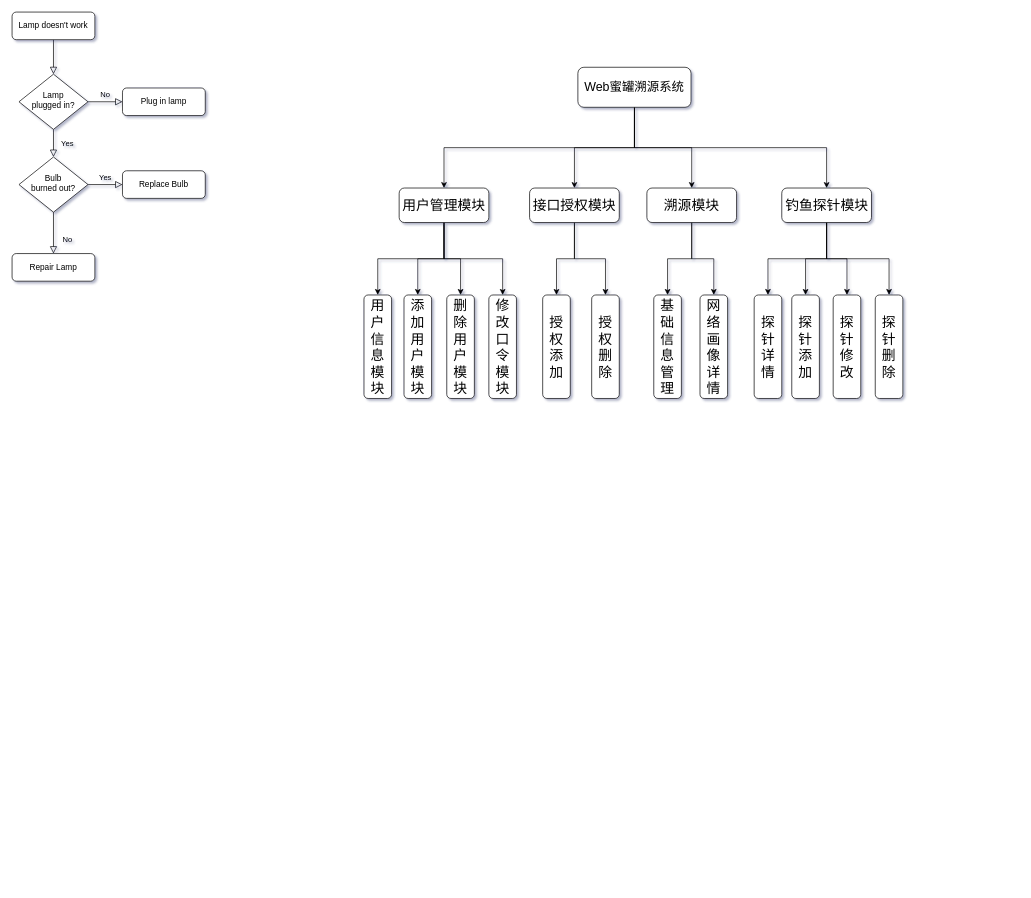
The draw.io diagram fxw.drawio in Pannet/Pannet.github.io, before the edit. Source tidied: cells renumbered, new cells numbered last; positions are measured from the earlier drawing's top-left corner, leaving out a move shared by most shapes. Both pictures are drawn from the tidied source at 69%, with x=0, y=0 at pixel (12, 12).
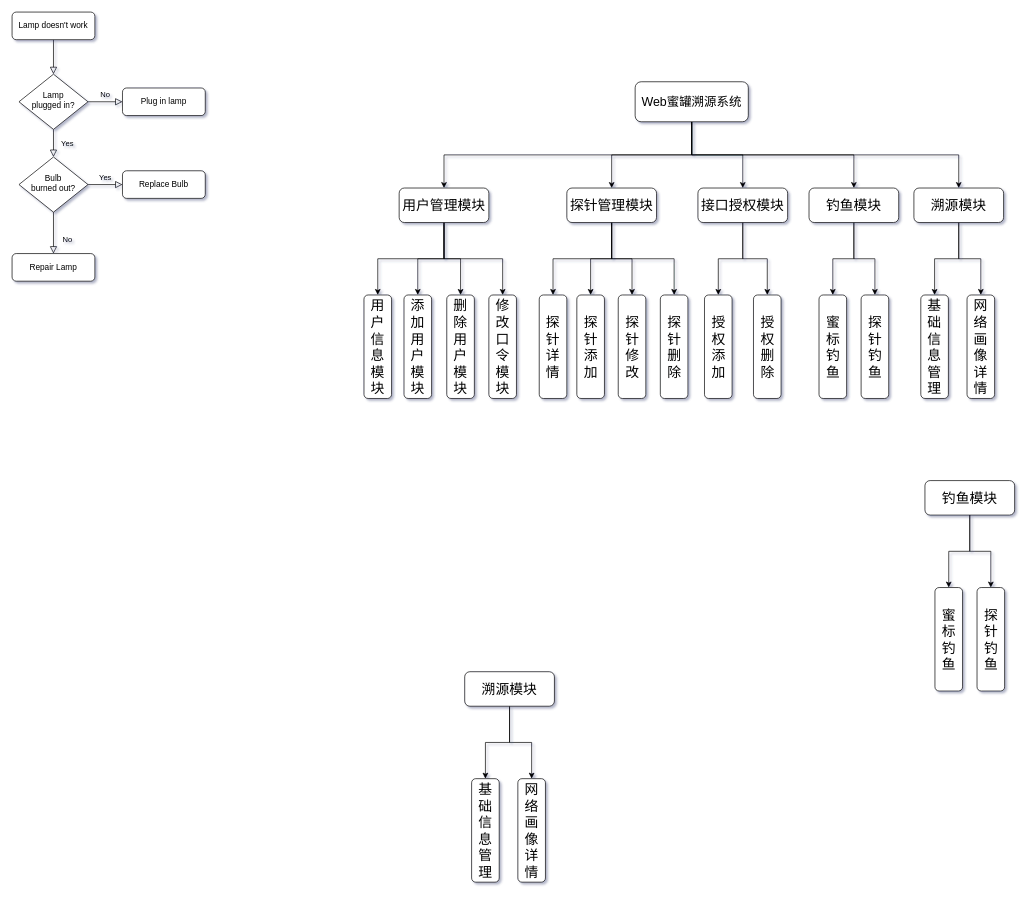
The same page after the edit.

Change to the diagram source:
```diff
@@
-    <mxCell id="13" style="edgeStyle=orthogonalEdgeStyle;rounded=0;jettySize=auto;html=1;entryX=0.5;entryY=0;entryDx=0;entryDy=0;fontSize=18;" parent="1" edge="1" source="17" target="25">
+    <mxCell id="13" style="edgeStyle=orthogonalEdgeStyle;rounded=0;jettySize=auto;html=1;entryX=0.5;entryY=0;entryDx=0;entryDy=0;fontSize=18;exitX=0.5;exitY=1;exitDx=0;exitDy=0;" parent="1" edge="1" source="17" target="25">
       <mxGeometry relative="1" as="geometry" />
     </mxCell>
-    <mxCell id="14" style="edgeStyle=orthogonalEdgeStyle;rounded=0;jettySize=auto;html=1;entryX=0.5;entryY=0;entryDx=0;entryDy=0;fontSize=18;" parent="1" edge="1" source="17" target="41">
+    <mxCell id="14" style="edgeStyle=orthogonalEdgeStyle;rounded=0;jettySize=auto;html=1;entryX=0.5;entryY=0;entryDx=0;entryDy=0;fontSize=18;exitX=0.5;exitY=1;exitDx=0;exitDy=0;" parent="1" edge="1" source="17" target="41">
       <mxGeometry relative="1" as="geometry" />
     </mxCell>
@@
+    <mxCell id="46" style="edgeStyle=orthogonalEdgeStyle;rounded=0;jettySize=auto;html=1;entryX=0.5;entryY=0;entryDx=0;entryDy=0;fontSize=15;exitX=0.5;exitY=1;exitDx=0;exitDy=0;" parent="1" edge="1" source="17" target="54">
+      <mxGeometry relative="1" as="geometry" />
+    </mxCell>
     <mxCell id="17" value="&lt;font style=&quot;font-size: 18px&quot;&gt;Web蜜罐溯源系统&lt;/font&gt;" style="rounded=1;whiteSpace=wrap;html=1;" parent="1" vertex="1">
-      <mxGeometry x="820" y="80" width="164" height="58" as="geometry" />
+      <mxGeometry x="903" y="101" width="164" height="58" as="geometry" />
     </mxCell>
@@
     <mxCell id="25" value="接口授权模块" style="rounded=1;whiteSpace=wrap;html=1;fontSize=20;" parent="1" vertex="1">
-      <mxGeometry x="750" y="255" width="130" height="50" as="geometry" />
+      <mxGeometry x="994" y="255" width="130" height="50" as="geometry" />
     </mxCell>
@@
-    <mxCell id="30" value="钓鱼探针模块" style="rounded=1;whiteSpace=wrap;html=1;fontSize=20;" parent="1" vertex="1">
-      <mxGeometry x="1115.5" y="255" width="130" height="50" as="geometry" />
+    <mxCell id="30" value="探针管理模块" style="rounded=1;whiteSpace=wrap;html=1;fontSize=20;" parent="1" vertex="1">
+      <mxGeometry x="804" y="255" width="130" height="50" as="geometry" />
     </mxCell>
     <mxCell id="31" value="探&lt;br style=&quot;font-size: 20px&quot;&gt;针&lt;br style=&quot;font-size: 20px&quot;&gt;修改" style="rounded=1;whiteSpace=wrap;html=1;fontSize=20;rotation=0;" parent="1" vertex="1">
-      <mxGeometry x="1190" y="410" width="40" height="150" as="geometry" />
+      <mxGeometry x="878.5" y="410" width="40" height="150" as="geometry" />
     </mxCell>
     <mxCell id="32" value="授&lt;br style=&quot;font-size: 20px;&quot;&gt;权&lt;br style=&quot;font-size: 20px;&quot;&gt;添&lt;br style=&quot;font-size: 20px;&quot;&gt;加" style="rounded=1;whiteSpace=wrap;html=1;fontSize=20;rotation=0;" parent="1" vertex="1">
-      <mxGeometry x="769" y="410" width="40" height="150" as="geometry" />
+      <mxGeometry x="1003.5" y="410" width="40" height="150" as="geometry" />
     </mxCell>
     <mxCell id="33" value="授&lt;br style=&quot;font-size: 20px;&quot;&gt;权&lt;br style=&quot;font-size: 20px;&quot;&gt;删&lt;br style=&quot;font-size: 20px;&quot;&gt;除" style="rounded=1;whiteSpace=wrap;html=1;fontSize=20;rotation=0;" parent="1" vertex="1">
-      <mxGeometry x="840" y="410" width="40" height="150" as="geometry" />
+      <mxGeometry x="1074.5" y="410" width="40" height="150" as="geometry" />
     </mxCell>
@@
     <mxCell id="35" value="探&lt;br style=&quot;font-size: 20px;&quot;&gt;针&lt;br style=&quot;font-size: 20px;&quot;&gt;详&lt;br style=&quot;font-size: 20px;&quot;&gt;情" style="rounded=1;whiteSpace=wrap;html=1;fontSize=20;rotation=0;" parent="1" vertex="1">
-      <mxGeometry x="1075.5" y="410" width="40" height="150" as="geometry" />
+      <mxGeometry x="764" y="410" width="40" height="150" as="geometry" />
     </mxCell>
@@
     <mxCell id="41" value="溯源模块" style="rounded=1;whiteSpace=wrap;html=1;fontSize=20;" parent="1" vertex="1">
-      <mxGeometry x="920" y="255" width="130" height="50" as="geometry" />
+      <mxGeometry x="1307" y="255" width="130" height="50" as="geometry" />
     </mxCell>
     <mxCell id="42" value="基&lt;br style=&quot;font-size: 20px;&quot;&gt;础&lt;br style=&quot;font-size: 20px;&quot;&gt;信&lt;br style=&quot;font-size: 20px;&quot;&gt;息&lt;br style=&quot;font-size: 20px;&quot;&gt;管&lt;br style=&quot;font-size: 20px;&quot;&gt;理" style="rounded=1;whiteSpace=wrap;html=1;fontSize=20;rotation=0;" parent="1" vertex="1">
-      <mxGeometry x="930" y="410" width="40" height="150" as="geometry" />
+      <mxGeometry x="1317" y="410" width="40" height="150" as="geometry" />
     </mxCell>
     <mxCell id="43" value="网&lt;br style=&quot;font-size: 20px&quot;&gt;络&lt;br style=&quot;font-size: 20px&quot;&gt;画&lt;br style=&quot;font-size: 20px&quot;&gt;像&lt;br style=&quot;font-size: 20px&quot;&gt;详情" style="rounded=1;whiteSpace=wrap;html=1;fontSize=20;rotation=0;" parent="1" vertex="1">
-      <mxGeometry x="997" y="410" width="40" height="150" as="geometry" />
+      <mxGeometry x="1384" y="410" width="40" height="150" as="geometry" />
     </mxCell>
     <mxCell id="44" value="探&lt;br style=&quot;font-size: 20px;&quot;&gt;针&lt;br style=&quot;font-size: 20px;&quot;&gt;添&lt;br style=&quot;font-size: 20px;&quot;&gt;加" style="rounded=1;whiteSpace=wrap;html=1;fontSize=20;rotation=0;" parent="1" vertex="1">
-      <mxGeometry x="1130" y="410" width="40" height="150" as="geometry" />
+      <mxGeometry x="818.5" y="410" width="40" height="150" as="geometry" />
     </mxCell>
     <mxCell id="45" value="探&lt;br style=&quot;font-size: 20px;&quot;&gt;针&lt;br style=&quot;font-size: 20px;&quot;&gt;删&lt;br style=&quot;font-size: 20px;&quot;&gt;除" style="rounded=1;whiteSpace=wrap;html=1;fontSize=20;rotation=0;" parent="1" vertex="1">
-      <mxGeometry x="1251" y="410" width="40" height="150" as="geometry" />
+      <mxGeometry x="939.5" y="410" width="40" height="150" as="geometry" />
     </mxCell>
+    <mxCell id="47" style="edgeStyle=orthogonalEdgeStyle;rounded=0;jettySize=auto;html=1;fontSize=18;" parent="1" edge="1" source="49" target="50">
+      <mxGeometry relative="1" as="geometry" />
+    </mxCell>
+    <mxCell id="48" style="edgeStyle=orthogonalEdgeStyle;rounded=0;jettySize=auto;html=1;entryX=0.5;entryY=0;entryDx=0;entryDy=0;fontSize=18;" parent="1" edge="1" source="49" target="51">
+      <mxGeometry relative="1" as="geometry" />
+    </mxCell>
+    <mxCell id="49" value="溯源模块" style="rounded=1;whiteSpace=wrap;html=1;fontSize=20;" parent="1" vertex="1">
+      <mxGeometry x="656" y="956" width="130" height="50" as="geometry" />
+    </mxCell>
+    <mxCell id="50" value="基&lt;br style=&quot;font-size: 20px;&quot;&gt;础&lt;br style=&quot;font-size: 20px;&quot;&gt;信&lt;br style=&quot;font-size: 20px;&quot;&gt;息&lt;br style=&quot;font-size: 20px;&quot;&gt;管&lt;br style=&quot;font-size: 20px;&quot;&gt;理" style="rounded=1;whiteSpace=wrap;html=1;fontSize=20;rotation=0;" parent="1" vertex="1">
+      <mxGeometry x="666" y="1111" width="40" height="150" as="geometry" />
+    </mxCell>
+    <mxCell id="51" value="网&lt;br style=&quot;font-size: 20px&quot;&gt;络&lt;br style=&quot;font-size: 20px&quot;&gt;画&lt;br style=&quot;font-size: 20px&quot;&gt;像&lt;br style=&quot;font-size: 20px&quot;&gt;详情" style="rounded=1;whiteSpace=wrap;html=1;fontSize=20;rotation=0;" parent="1" vertex="1">
+      <mxGeometry x="733" y="1111" width="40" height="150" as="geometry" />
+    </mxCell>
+    <mxCell id="52" style="edgeStyle=orthogonalEdgeStyle;rounded=0;jettySize=auto;html=1;fontSize=15;" parent="1" edge="1" source="54" target="55">
+      <mxGeometry relative="1" as="geometry" />
+    </mxCell>
+    <mxCell id="53" style="edgeStyle=orthogonalEdgeStyle;rounded=0;jettySize=auto;html=1;entryX=0.5;entryY=0;entryDx=0;entryDy=0;fontSize=15;" parent="1" edge="1" source="54" target="56">
+      <mxGeometry relative="1" as="geometry" />
+    </mxCell>
+    <mxCell id="54" value="钓鱼模块" style="rounded=1;whiteSpace=wrap;html=1;fontSize=20;" parent="1" vertex="1">
+      <mxGeometry x="1155" y="255" width="130" height="50" as="geometry" />
+    </mxCell>
+    <mxCell id="55" value="蜜标钓鱼" style="rounded=1;whiteSpace=wrap;html=1;fontSize=20;rotation=0;" parent="1" vertex="1">
+      <mxGeometry x="1169.5" y="410" width="40" height="150" as="geometry" />
+    </mxCell>
+    <mxCell id="56" value="探针钓鱼" style="rounded=1;whiteSpace=wrap;html=1;fontSize=20;rotation=0;" parent="1" vertex="1">
+      <mxGeometry x="1230.5" y="410" width="40" height="150" as="geometry" />
+    </mxCell>
+    <mxCell id="57" style="edgeStyle=orthogonalEdgeStyle;rounded=0;jettySize=auto;html=1;fontSize=15;" parent="1" edge="1" source="59" target="60">
+      <mxGeometry relative="1" as="geometry" />
+    </mxCell>
+    <mxCell id="58" style="edgeStyle=orthogonalEdgeStyle;rounded=0;jettySize=auto;html=1;entryX=0.5;entryY=0;entryDx=0;entryDy=0;fontSize=15;" parent="1" edge="1" source="59" target="61">
+      <mxGeometry relative="1" as="geometry" />
+    </mxCell>
+    <mxCell id="59" value="钓鱼模块" style="rounded=1;whiteSpace=wrap;html=1;fontSize=20;" parent="1" vertex="1">
+      <mxGeometry x="1323" y="679" width="130" height="50" as="geometry" />
+    </mxCell>
+    <mxCell id="60" value="蜜标钓鱼" style="rounded=1;whiteSpace=wrap;html=1;fontSize=20;rotation=0;" parent="1" vertex="1">
+      <mxGeometry x="1337.5" y="834" width="40" height="150" as="geometry" />
+    </mxCell>
+    <mxCell id="61" value="探针钓鱼" style="rounded=1;whiteSpace=wrap;html=1;fontSize=20;rotation=0;" parent="1" vertex="1">
+      <mxGeometry x="1398.5" y="834" width="40" height="150" as="geometry" />
+    </mxCell>
```
